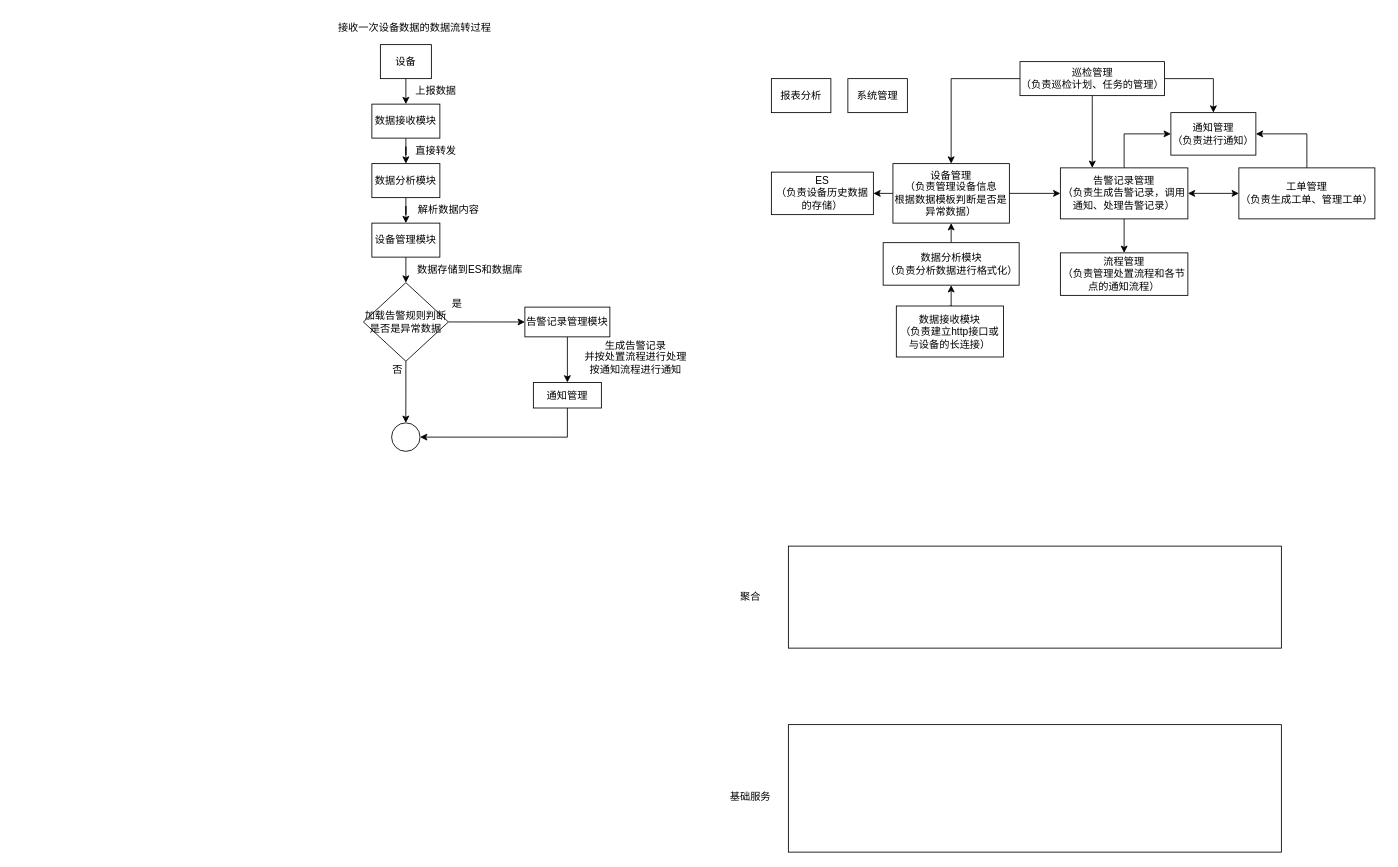
This is file/服务划分.drawio from misaka10059/diawio-file, a draw.io file, before an edit. Source tidied: cells renumbered, new cells numbered last; positions are measured from the earlier drawing's top-left corner, leaving out a move shared by most shapes. Both pictures are drawn from the tidied source at 85%, with x=0, y=0 at pixel (329, 14).
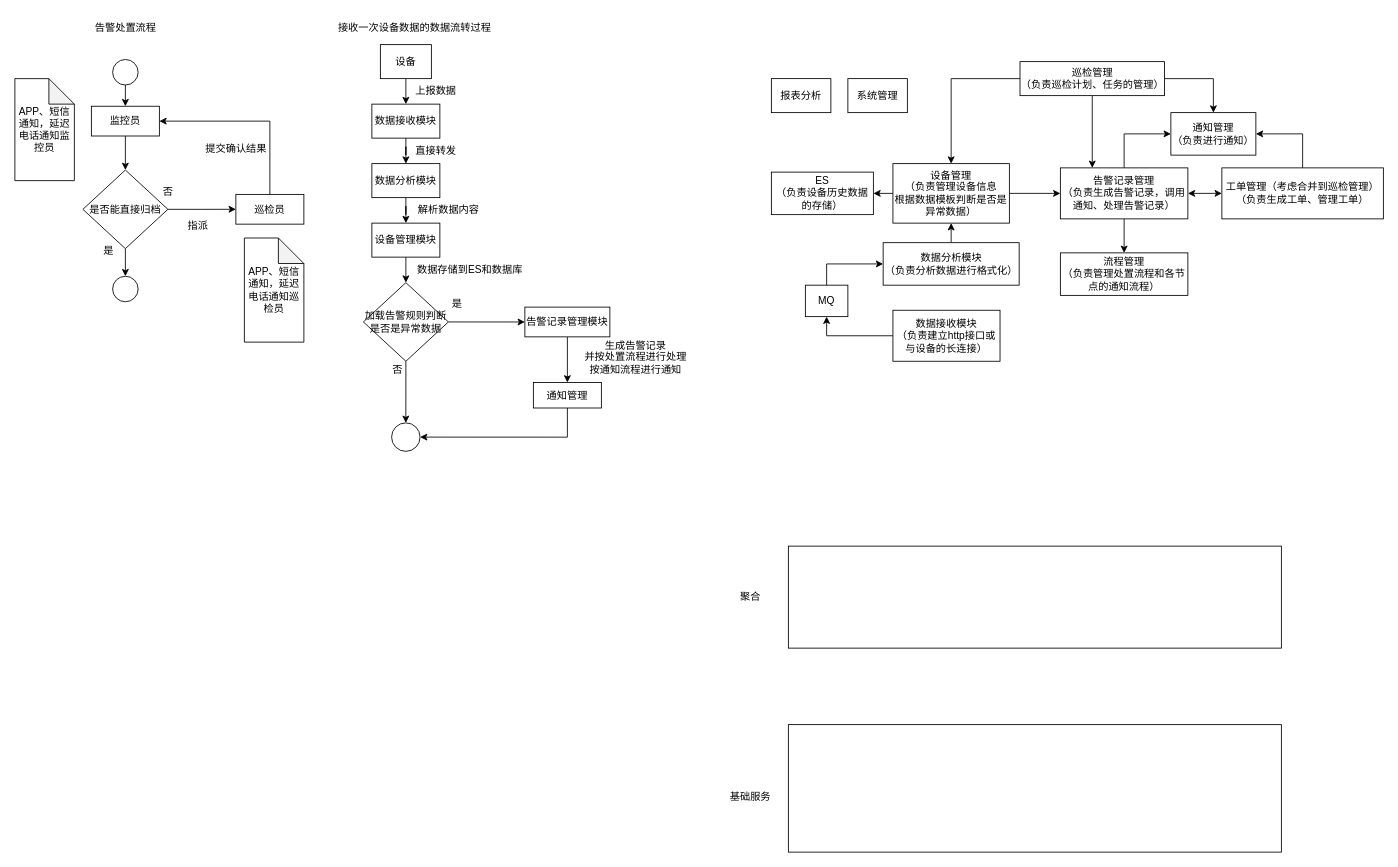
The same page after the edit.

Commit message:
更新服务划分.drawio

The change refers to these unchanged cells:
```xml
<mxCell id="25" value="数据分析模块&lt;br&gt;（负责分析数据进行格式化）" style="rounded=0;whiteSpace=wrap;html=1;" parent="1" vertex="1">
  <mxGeometry x="651.5" y="268" width="160" height="50" as="geometry" />
</mxCell>
```

Change to the diagram source:
```diff
@@
-    <mxCell id="19" value="工单管理&lt;br&gt;（负责生成工单、管理工单）" style="rounded=0;whiteSpace=wrap;html=1;" parent="1" vertex="1">
-      <mxGeometry x="1070" y="180" width="160" height="60" as="geometry" />
+    <mxCell id="19" value="工单管理（考虑合并到巡检管理）&lt;br&gt;（负责生成工单、管理工单）" style="rounded=0;whiteSpace=wrap;html=1;" parent="1" vertex="1">
+      <mxGeometry x="1050" y="180" width="190" height="60" as="geometry" />
     </mxCell>
@@
-    <mxCell id="21" style="edgeStyle=orthogonalEdgeStyle;rounded=0;jettySize=auto;html=1;exitX=0.5;exitY=0;exitDx=0;exitDy=0;entryX=0.5;entryY=1;entryDx=0;entryDy=0;" parent="1" edge="1" source="22" target="25">
+    <mxCell id="21" style="edgeStyle=orthogonalEdgeStyle;rounded=0;jettySize=auto;html=1;exitX=0;exitY=0.5;exitDx=0;exitDy=0;entryX=0.5;entryY=1;entryDx=0;entryDy=0;" parent="1" edge="1" source="22" target="54">
       <mxGeometry relative="1" as="geometry" />
     </mxCell>
     <mxCell id="22" value="数据接收模块&lt;br&gt;（负责建立http接口或与设备的长连接）" style="rounded=0;whiteSpace=wrap;html=1;" parent="1" vertex="1">
-      <mxGeometry x="667" y="342.5" width="126" height="60" as="geometry" />
+      <mxGeometry x="663" y="347.5" width="126" height="60" as="geometry" />
     </mxCell>
@@
+    <mxCell id="53" style="edgeStyle=orthogonalEdgeStyle;rounded=0;jettySize=auto;html=1;exitX=0.5;exitY=0;exitDx=0;exitDy=0;entryX=0;entryY=0.5;entryDx=0;entryDy=0;startArrow=none;startFill=0;" parent="1" edge="1" source="54" target="25">
+      <mxGeometry relative="1" as="geometry" />
+    </mxCell>
+    <mxCell id="54" value="MQ" style="rounded=0;whiteSpace=wrap;html=1;" parent="1" vertex="1">
+      <mxGeometry x="560" y="318" width="50" height="37" as="geometry" />
+    </mxCell>
+    <mxCell id="55" style="edgeStyle=orthogonalEdgeStyle;rounded=0;jettySize=auto;html=1;exitX=0.5;exitY=1;exitDx=0;exitDy=0;entryX=0.5;entryY=0;entryDx=0;entryDy=0;startArrow=none;startFill=0;" parent="1" edge="1" source="56" target="64">
+      <mxGeometry relative="1" as="geometry" />
+    </mxCell>
+    <mxCell id="56" value="监控员" style="rounded=0;whiteSpace=wrap;html=1;" parent="1" vertex="1">
+      <mxGeometry x="-280" y="107.5" width="80" height="35" as="geometry" />
+    </mxCell>
+    <mxCell id="57" style="edgeStyle=orthogonalEdgeStyle;rounded=0;jettySize=auto;html=1;exitX=0.5;exitY=0;exitDx=0;exitDy=0;entryX=1;entryY=0.5;entryDx=0;entryDy=0;startArrow=none;startFill=0;" parent="1" edge="1" source="58" target="56">
+      <mxGeometry relative="1" as="geometry" />
+    </mxCell>
+    <mxCell id="58" value="巡检员" style="rounded=0;whiteSpace=wrap;html=1;" parent="1" vertex="1">
+      <mxGeometry x="-110" y="211.2" width="80" height="35" as="geometry" />
+    </mxCell>
+    <mxCell id="59" style="edgeStyle=orthogonalEdgeStyle;rounded=0;jettySize=auto;html=1;exitX=0.5;exitY=1;exitDx=0;exitDy=0;entryX=0.5;entryY=0;entryDx=0;entryDy=0;startArrow=none;startFill=0;" parent="1" edge="1" source="60" target="56">
+      <mxGeometry relative="1" as="geometry" />
+    </mxCell>
+    <mxCell id="60" style="ellipse;whiteSpace=wrap;html=1;" parent="1" vertex="1">
+      <mxGeometry x="-255" y="52.5" width="30" height="30" as="geometry" />
+    </mxCell>
+    <mxCell id="61" style="ellipse;whiteSpace=wrap;html=1;" parent="1" vertex="1">
+      <mxGeometry x="-255" y="307.5" width="30" height="30" as="geometry" />
+    </mxCell>
+    <mxCell id="62" style="edgeStyle=orthogonalEdgeStyle;rounded=0;jettySize=auto;html=1;exitX=0.5;exitY=1;exitDx=0;exitDy=0;entryX=0.5;entryY=0;entryDx=0;entryDy=0;startArrow=none;startFill=0;" parent="1" edge="1" source="64" target="61">
+      <mxGeometry relative="1" as="geometry" />
+    </mxCell>
+    <mxCell id="63" style="edgeStyle=orthogonalEdgeStyle;rounded=0;jettySize=auto;html=1;exitX=1;exitY=0.5;exitDx=0;exitDy=0;entryX=0;entryY=0.5;entryDx=0;entryDy=0;startArrow=none;startFill=0;" parent="1" edge="1" source="64" target="58">
+      <mxGeometry relative="1" as="geometry" />
+    </mxCell>
+    <mxCell id="64" value="是否能直接归档" style="rhombus;whiteSpace=wrap;html=1;" parent="1" vertex="1">
+      <mxGeometry x="-290" y="182.5" width="100" height="92.5" as="geometry" />
+    </mxCell>
+    <mxCell id="65" value="是" style="text;html=1;align=center;verticalAlign=middle;fillColor=none;strokeColor=none;rounded=0;" parent="1" vertex="1">
+      <mxGeometry x="-280" y="262.5" width="40" height="30" as="geometry" />
+    </mxCell>
+    <mxCell id="66" value="否" style="text;html=1;align=center;verticalAlign=middle;fillColor=none;strokeColor=none;rounded=0;" parent="1" vertex="1">
+      <mxGeometry x="-210" y="192.5" width="40" height="30" as="geometry" />
+    </mxCell>
+    <mxCell id="67" value="指派" style="text;html=1;align=center;verticalAlign=middle;fillColor=none;strokeColor=none;rounded=0;" parent="1" vertex="1">
+      <mxGeometry x="-180" y="232.5" width="50" height="30" as="geometry" />
+    </mxCell>
+    <mxCell id="68" value="提交确认结果" style="text;html=1;align=center;verticalAlign=middle;fillColor=none;strokeColor=none;rounded=0;" parent="1" vertex="1">
+      <mxGeometry x="-160" y="142.5" width="100" height="30" as="geometry" />
+    </mxCell>
+    <mxCell id="69" value="告警处置流程" style="text;html=1;align=center;verticalAlign=middle;fillColor=none;strokeColor=none;rounded=0;" parent="1" vertex="1">
+      <mxGeometry x="-290" width="100" height="30" as="geometry" />
+    </mxCell>
+    <mxCell id="70" value="APP、短信通知，延迟电话通知监控员" style="shape=note;whiteSpace=wrap;html=1;backgroundOutline=1;darkOpacity=0.05;" parent="1" vertex="1">
+      <mxGeometry x="-370" y="75" width="70" height="120" as="geometry" />
+    </mxCell>
+    <mxCell id="71" value="APP、短信通知，延迟电话通知巡检员" style="shape=note;whiteSpace=wrap;html=1;backgroundOutline=1;darkOpacity=0.05;" parent="1" vertex="1">
+      <mxGeometry x="-100" y="262.5" width="70" height="122.5" as="geometry" />
+    </mxCell>
```
